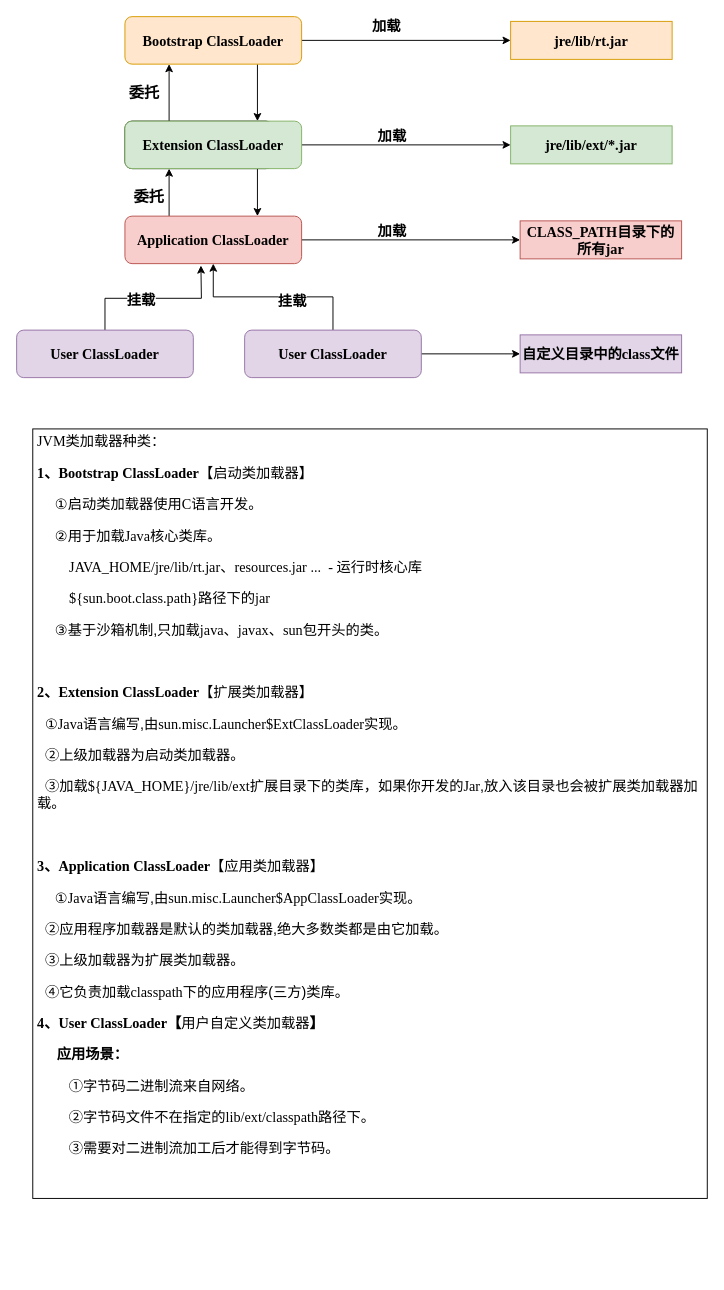
xutingyin/draw keeps this draw.io diagram as jvm/jvm-classloader.drawio. Above is the earlier version. Source tidied: cells renumbered, new cells numbered last; positions are measured from the earlier drawing's top-left corner, leaving out a move shared by most shapes. Both pictures are drawn from the tidied source at 95%, with x=0, y=0 at pixel (16, 16).
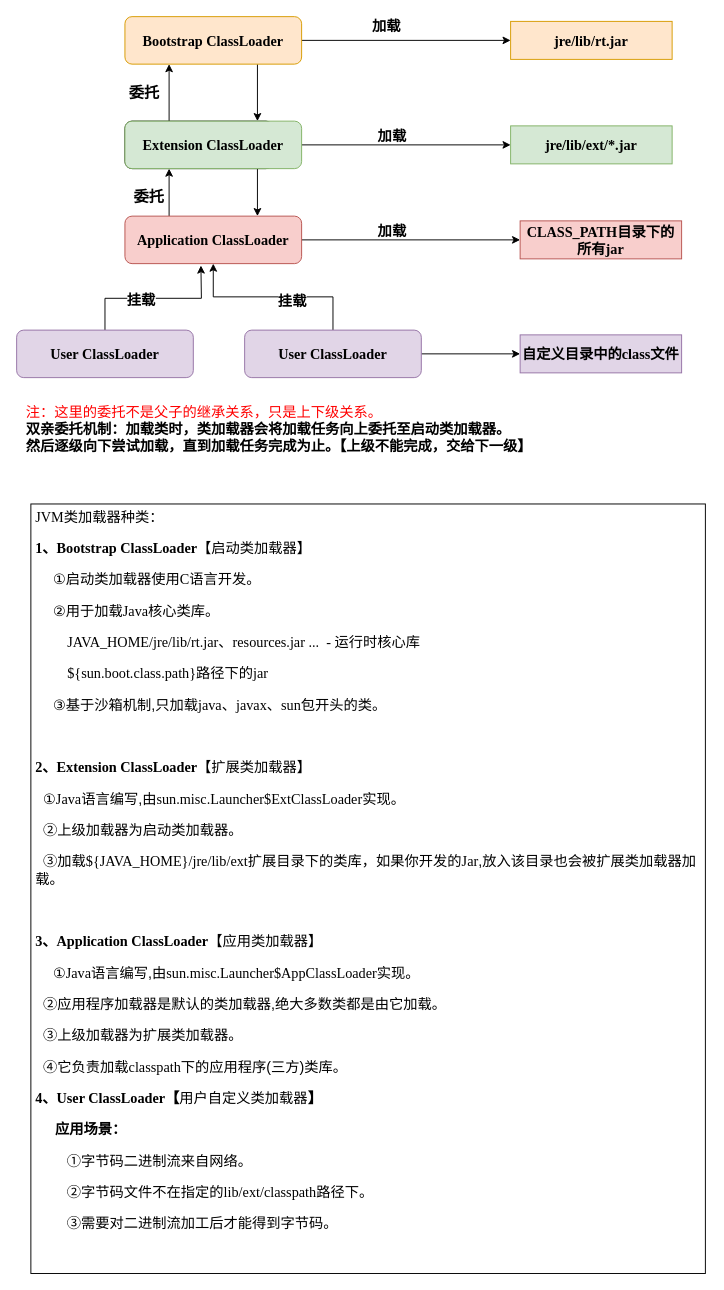
After the change.

Commit message:
fix:jvm-classloader

Change to the diagram source:
```diff
@@
     <mxCell id="29" value="&lt;p&gt;&lt;span style=&quot;font-size: 15px&quot;&gt;&lt;font face=&quot;Times New Roman&quot;&gt;JVM&lt;/font&gt;类加载器种类：&lt;/span&gt;&lt;/p&gt;&lt;p&gt;&lt;span style=&quot;font-size: 15px&quot;&gt;&lt;font face=&quot;Times New Roman&quot;&gt;&lt;b&gt;1、Bootstrap ClassLoader&lt;/b&gt;【&lt;/font&gt;启动类加载器&lt;font face=&quot;Times New Roman&quot; style=&quot;font-weight: 400&quot;&gt;】&lt;/font&gt;&lt;/span&gt;&lt;/p&gt;&lt;p&gt;&lt;span style=&quot;font-size: 15px ; font-weight: 400&quot;&gt;&lt;font face=&quot;Times New Roman&quot;&gt;&amp;nbsp; &amp;nbsp; &amp;nbsp;①&lt;/font&gt;&lt;/span&gt;启动类加载器使用&lt;font face=&quot;Times New Roman&quot;&gt;C&lt;/font&gt;语言开发。&lt;/p&gt;&lt;p&gt;&lt;font face=&quot;Times New Roman&quot;&gt;&amp;nbsp; &amp;nbsp; &amp;nbsp;②&lt;/font&gt;用于加载&lt;font face=&quot;Times New Roman&quot;&gt;Java&lt;/font&gt;核心类库。&lt;/p&gt;&lt;p&gt;&lt;font face=&quot;Times New Roman&quot;&gt;&amp;nbsp; &amp;nbsp; &amp;nbsp; &amp;nbsp; &amp;nbsp;JAVA_HOME/jre/lib/rt.jar、resources.jar ...&amp;nbsp; - &lt;/font&gt;运行时核心库&lt;/p&gt;&lt;p&gt;&lt;font face=&quot;Times New Roman&quot;&gt;&amp;nbsp; &amp;nbsp; &amp;nbsp; &amp;nbsp; &amp;nbsp;${sun.boot.class.path}&lt;/font&gt;路径下的&lt;font face=&quot;Times New Roman&quot;&gt;jar&lt;/font&gt;&lt;/p&gt;&lt;p&gt;&lt;font face=&quot;Times New Roman&quot;&gt;&amp;nbsp; &amp;nbsp; &amp;nbsp;③&lt;/font&gt;基于沙箱机制,只加载&lt;font face=&quot;Times New Roman&quot;&gt;java、javax、sun&lt;/font&gt;包开头的类。&lt;/p&gt;&lt;p&gt;&lt;br&gt;&lt;/p&gt;&lt;p&gt;&lt;font face=&quot;Times New Roman&quot;&gt;&lt;b&gt;2、Extension ClassLoader&lt;/b&gt;【&lt;/font&gt;扩展类加载器&lt;font face=&quot;Times New Roman&quot;&gt;】&lt;/font&gt;&lt;/p&gt;&lt;p&gt;&amp;nbsp; ①&lt;font face=&quot;Times New Roman&quot;&gt;Java&lt;/font&gt;语言编写,由&lt;font face=&quot;Times New Roman&quot;&gt;sun.misc.Launcher$ExtClassLoader&lt;/font&gt;实现。&lt;/p&gt;&lt;p&gt;&amp;nbsp; ②上级加载器为启动类加载器。&lt;/p&gt;&lt;p&gt;&amp;nbsp; ③加载&lt;font face=&quot;Times New Roman&quot;&gt;${JAVA_HOME}/jre/lib/ext&lt;/font&gt;扩展目录下的类库，&lt;span&gt;如果你开发的&lt;font face=&quot;Times New Roman&quot;&gt;Jar&lt;/font&gt;,放入该目录也会被扩展类加载器加载。&lt;/span&gt;&lt;/p&gt;&lt;div&gt;&lt;br&gt;&lt;/div&gt;&lt;p&gt;&lt;font face=&quot;Times New Roman&quot;&gt;&lt;b&gt;3、Application ClassLoader&lt;/b&gt;【&lt;/font&gt;应用类加载器&lt;font face=&quot;Times New Roman&quot;&gt;】&lt;/font&gt;&lt;/p&gt;&lt;p&gt;&lt;font face=&quot;Times New Roman&quot;&gt;&amp;nbsp; &amp;nbsp; &amp;nbsp;&lt;/font&gt;①&lt;font face=&quot;Times New Roman&quot;&gt;Java&lt;/font&gt;语言编写,由&lt;font face=&quot;Times New Roman&quot;&gt;sun.misc.Launcher$AppClassLoader&lt;/font&gt;实现。&lt;/p&gt;&lt;p&gt;&amp;nbsp; ②应用程序加载器是默认的类加载器,绝大多数类都是由它加载。&lt;/p&gt;&lt;p&gt;&amp;nbsp; ③上级加载器为扩展类加载器。&lt;/p&gt;&lt;p&gt;&lt;/p&gt;&lt;p&gt;&amp;nbsp; ④它负责加载&lt;font face=&quot;Times New Roman&quot;&gt;classpath&lt;/font&gt;下的应用程序(三方)类库。&lt;/p&gt;&lt;p&gt;&lt;font face=&quot;Times New Roman&quot; style=&quot;font-weight: bold&quot;&gt;4、User ClassLoader【&lt;/font&gt;用户自定义类加载器&lt;font face=&quot;Times New Roman&quot; style=&quot;font-weight: bold&quot;&gt;】&lt;/font&gt;&lt;/p&gt;&lt;p&gt;&lt;font style=&quot;font-weight: bold&quot;&gt;&amp;nbsp; &amp;nbsp; &amp;nbsp;应用场景：&lt;/font&gt;&lt;/p&gt;&lt;p&gt;&lt;b&gt;&amp;nbsp; &amp;nbsp; &amp;nbsp; &amp;nbsp; &lt;/b&gt;①字节码二进制流来自网络。&lt;/p&gt;&lt;p&gt;&amp;nbsp; &amp;nbsp; &amp;nbsp; &amp;nbsp; ②字节码文件不在指定的&lt;font face=&quot;Times New Roman&quot;&gt;lib/ext/classpath&lt;/font&gt;路径下。&lt;/p&gt;&lt;p&gt;&lt;font&gt;&lt;/font&gt;&lt;/p&gt;&lt;p&gt;&amp;nbsp; &amp;nbsp; &amp;nbsp; &amp;nbsp; ③需要对二进制流加工后才能得到字节码。&lt;/p&gt;&lt;p&gt;&lt;font face=&quot;Times New Roman&quot; style=&quot;font-weight: bold&quot;&gt;&lt;br&gt;&lt;/font&gt;&lt;/p&gt;&lt;p&gt;&lt;font face=&quot;Times New Roman&quot; style=&quot;font-weight: bold&quot;&gt;&lt;br&gt;&lt;/font&gt;&lt;/p&gt;" style="text;html=1;fillColor=none;spacing=5;spacingTop=-20;whiteSpace=wrap;overflow=hidden;rounded=0;fontFamily=楷体;fontSize=15;align=left;verticalAlign=top;strokeColor=#000000;" parent="1" vertex="1">
-      <mxGeometry x="17" y="434" width="710" height="810" as="geometry" />
+      <mxGeometry x="15" y="513" width="710" height="810" as="geometry" />
     </mxCell>
+    <mxCell id="30" value="注：这里的委托不是父子的继承关系，只是上下级关系。&lt;br&gt;&lt;b&gt;&lt;font color=&quot;#000000&quot;&gt;双亲委托机制：加载类时，类加载器会将加载任务向上委托至启动类加载器。&lt;br&gt;然后逐级向下尝试加载，直到加载任务完成为止。【上级不能完成，交给下一级】&lt;/font&gt;&lt;/b&gt;" style="text;html=1;strokeColor=none;fillColor=none;align=left;verticalAlign=top;whiteSpace=wrap;rounded=0;fontFamily=楷体;fontSize=15;fontColor=#FF0000;" parent="1" vertex="1">
+      <mxGeometry x="8" y="401" width="676" height="76" as="geometry" />
+    </mxCell>
```
